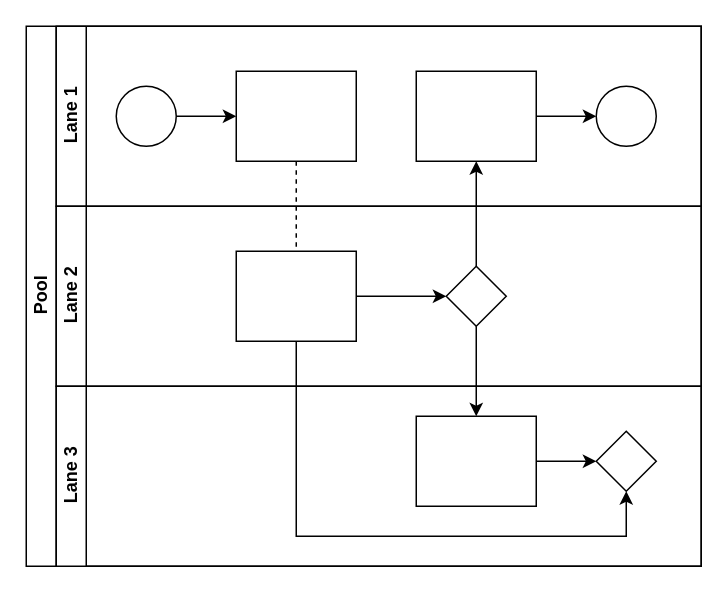
Before: Logistic Flow.drawio in AnandaRiza/DAMAS, a draw.io diagram. Source tidied: cells renumbered, new cells numbered last; positions are measured from the earlier drawing's top-left corner, leaving out a move shared by most shapes. Both pictures are drawn from the tidied source at 150%, with x=0, y=0 at pixel (26, 26).
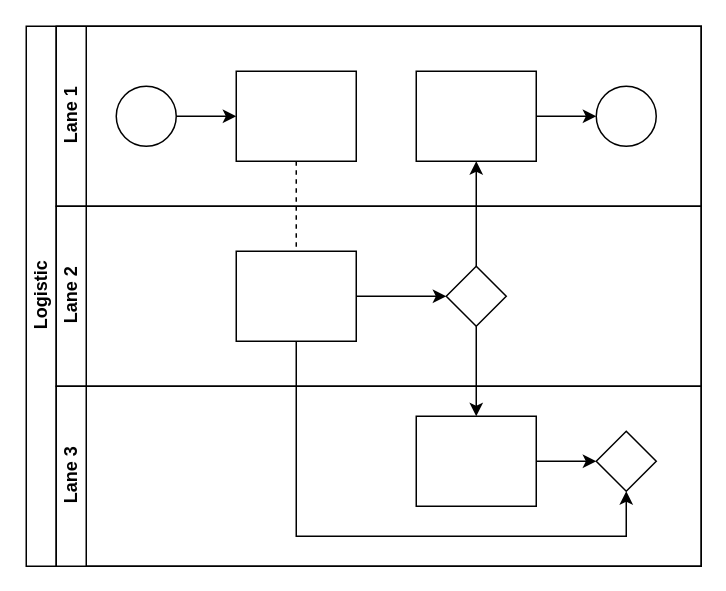
The same page after the edit.

The edit, as a diff of the source:
```diff
@@
-    <mxCell id="2" value="Pool" style="swimlane;html=1;horizontal=0;startSize=20;" parent="1" vertex="1">
+    <mxCell id="2" value="Logistic" style="swimlane;html=1;horizontal=0;startSize=20;" parent="1" vertex="1">
       <mxGeometry width="450" height="360" as="geometry" />
     </mxCell>
```
